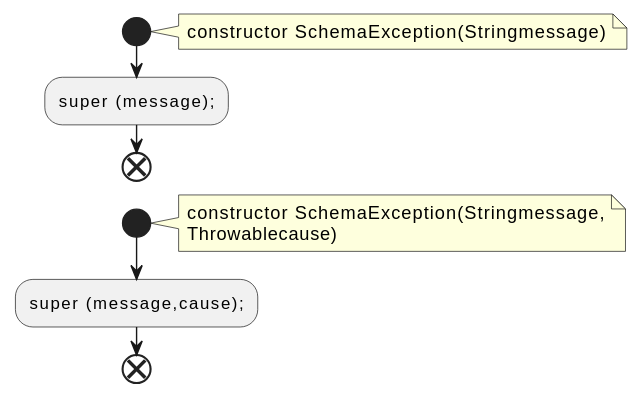
Earlier version of the PlantUML export docs/qc/clients/src/main/java/org/apache/kafka/common/protocol/types/SchemaException.java.fct.svg (qualitesys/kafka).
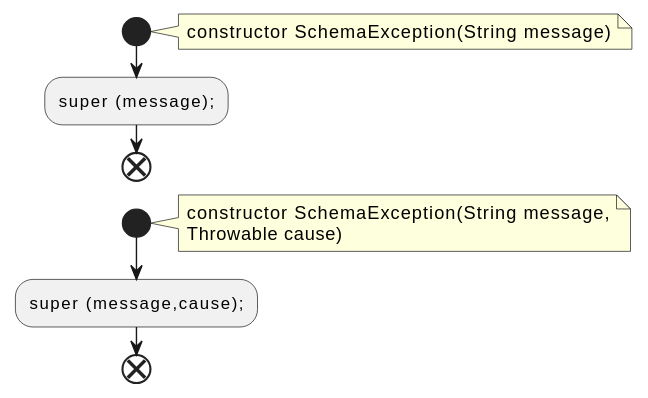
Later version of the same file.

Change to the diagram source:
```diff
@@ -2,14 +2,14 @@
 !pragma layout smetana
 start
 note right
-constructor SchemaException(Stringmessage)
+constructor SchemaException(String message)
 end note
 :super (message);;
 end
 start
 note right
-constructor SchemaException(Stringmessage,
-Throwablecause)
+constructor SchemaException(String message,
+Throwable cause)
 end note
 :super (message,cause);;
 end
```
